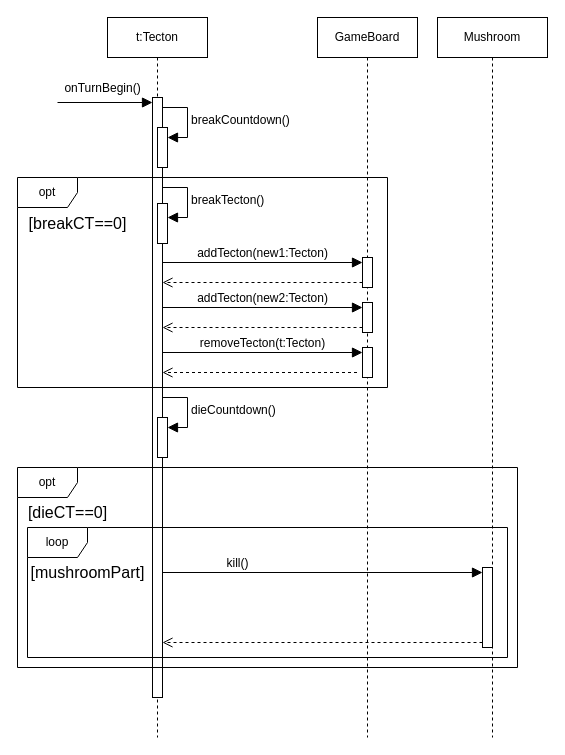
koharzsombor/bandITs keeps this draw.io diagram as page "AridTecton" (3 of 7) of GameManager_SequenceDiagram.drawio. Above is the earlier version. Source tidied: cells renumbered, new cells numbered last; positions are measured from the earlier drawing's top-left corner, leaving out a move shared by most shapes. Both pictures are drawn from the tidied source at 100%, with x=0, y=0 at pixel (17, 17).
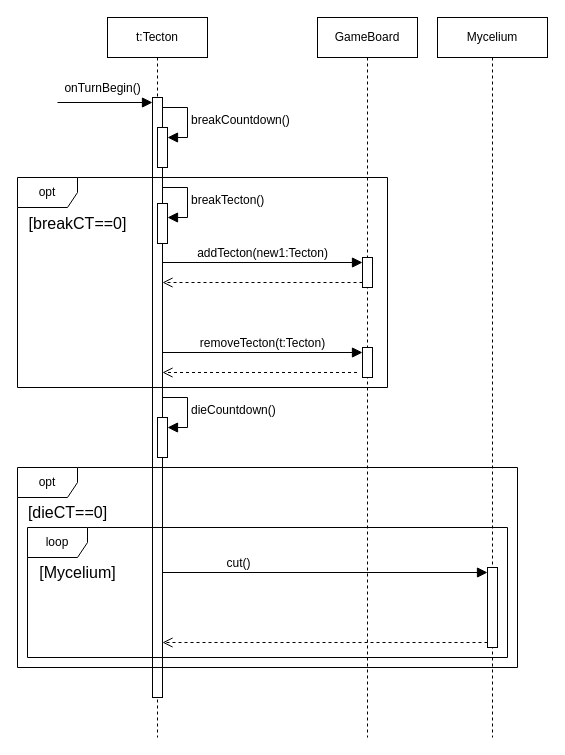
The same diagram, later.

Unchanged cells that the change refers to:
```xml
<mxCell id="3" style="html=1;points=[[0,0,0,0,5],[0,1,0,0,-5],[1,0,0,0,5],[1,1,0,0,-5]];perimeter=orthogonalPerimeter;outlineConnect=0;targetShapes=umlLifeline;portConstraint=eastwest;newEdgeStyle={&quot;curved&quot;:0,&quot;rounded&quot;:0};" parent="2" vertex="1">
  <mxGeometry x="45" y="80" width="10" height="600" as="geometry" />
</mxCell>
<mxCell id="11" value="GameBoard" style="shape=umlLifeline;perimeter=lifelinePerimeter;whiteSpace=wrap;html=1;newEdgeStyle={&quot;curved&quot;:0,&quot;rounded&quot;:0};" parent="1" vertex="1">
  <mxGeometry x="300" width="100" height="720" as="geometry" />
</mxCell>
```

Diff of the diagram source:
```diff
@@
-    <mxCell id="13" style="html=1;points=[[0,0,0,0,5],[0,1,0,0,-5],[1,0,0,0,5],[1,1,0,0,-5]];perimeter=orthogonalPerimeter;outlineConnect=0;targetShapes=umlLifeline;portConstraint=eastwest;newEdgeStyle={&quot;curved&quot;:0,&quot;rounded&quot;:0};" parent="11" vertex="1">
-      <mxGeometry x="45" y="285" width="10" height="30" as="geometry" />
-    </mxCell>
@@
-    <mxCell id="22" value="Mushroom" style="shape=umlLifeline;perimeter=lifelinePerimeter;whiteSpace=wrap;html=1;newEdgeStyle={&quot;curved&quot;:0,&quot;rounded&quot;:0};" parent="1" vertex="1">
+    <mxCell id="22" value="Mycelium" style="shape=umlLifeline;perimeter=lifelinePerimeter;whiteSpace=wrap;html=1;newEdgeStyle={&quot;curved&quot;:0,&quot;rounded&quot;:0};" parent="1" vertex="1">
       <mxGeometry x="420" width="110" height="720" as="geometry" />
     </mxCell>
     <mxCell id="23" style="html=1;points=[[0,0,0,0,5],[0,1,0,0,-5],[1,0,0,0,5],[1,1,0,0,-5]];perimeter=orthogonalPerimeter;outlineConnect=0;targetShapes=umlLifeline;portConstraint=eastwest;newEdgeStyle={&quot;curved&quot;:0,&quot;rounded&quot;:0};" parent="22" vertex="1">
-      <mxGeometry x="45" y="550" width="10" height="80" as="geometry" />
+      <mxGeometry x="50" y="550" width="10" height="80" as="geometry" />
     </mxCell>
@@
-    <mxCell id="25" value="kill()" style="html=1;verticalAlign=bottom;endArrow=block;curved=0;rounded=0;entryX=0;entryY=0;entryDx=0;entryDy=5;fontSize=12;startSize=8;endSize=8;" parent="1" edge="1" source="3" target="23">
+    <mxCell id="25" value="cut()" style="html=1;verticalAlign=bottom;endArrow=block;curved=0;rounded=0;entryX=0;entryY=0;entryDx=0;entryDy=5;fontSize=12;startSize=8;endSize=8;" parent="1" edge="1" source="3" target="23">
       <mxGeometry x="-0.53" relative="1" as="geometry" />
     </mxCell>
@@
-    <mxCell id="27" value="[mushroomPart]" style="text;html=1;align=center;verticalAlign=middle;strokeColor=none;fillColor=none;fontSize=16;" parent="1" vertex="1">
-      <mxGeometry y="540" width="140" height="30" as="geometry" />
+    <mxCell id="27" value="[Mycelium]" style="text;html=1;align=center;verticalAlign=middle;strokeColor=none;fillColor=none;fontSize=16;" parent="1" vertex="1">
+      <mxGeometry x="10" y="540" width="100" height="30" as="geometry" />
     </mxCell>
-    <mxCell id="28" value="addTecton(new2:Tecton)" style="html=1;verticalAlign=bottom;endArrow=block;curved=0;rounded=0;entryX=0;entryY=0;entryDx=0;entryDy=5;fontSize=12;startSize=8;endSize=8;" parent="1" edge="1" source="3" target="13">
-      <mxGeometry relative="1" as="geometry" />
-    </mxCell>
-    <mxCell id="29" style="html=1;verticalAlign=bottom;endArrow=open;dashed=1;endSize=8;curved=0;rounded=0;fontSize=12;exitX=0;exitY=1;exitDx=0;exitDy=-5;exitPerimeter=0;" parent="1" edge="1" source="13" target="3">
-      <mxGeometry y="-10" relative="1" as="geometry" />
-    </mxCell>
```
